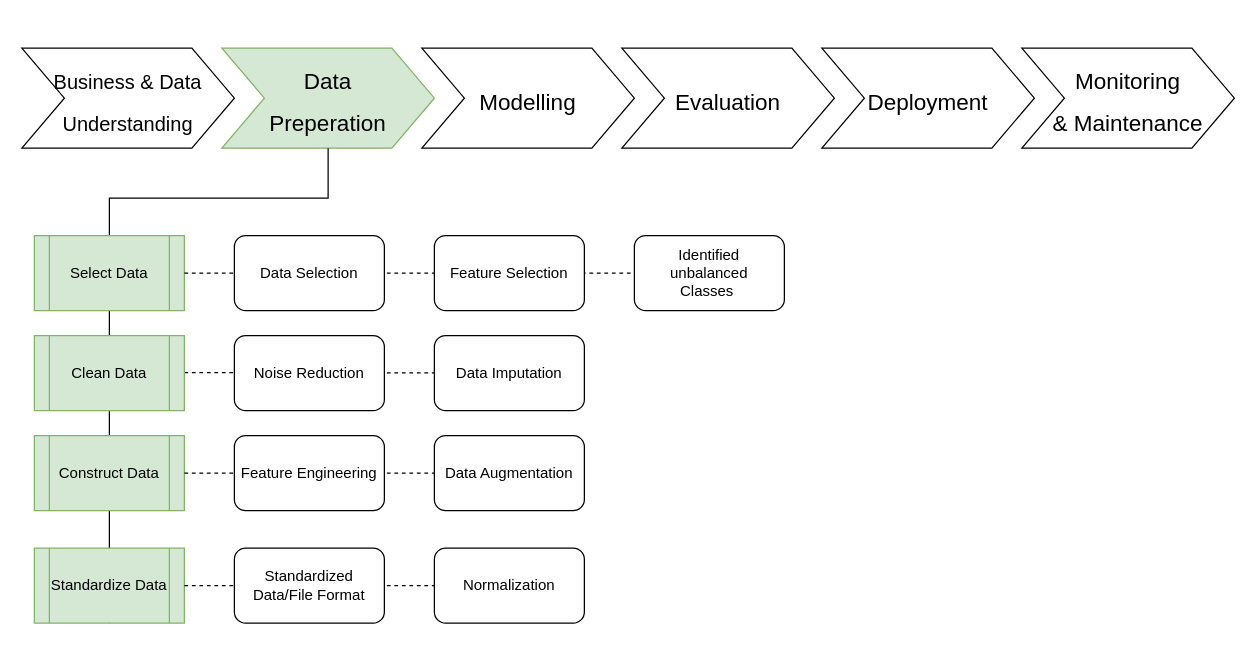
This is page "Phase 2 (Data Preperation)" (3 of 7) of drawings/CRISP_ML(Q)_Phases.drawio from dominik-pichler/CRISPy-Framework, a draw.io file, before an edit. Source tidied: cells renumbered, new cells numbered last; positions are measured from the earlier drawing's top-left corner, leaving out a move shared by most shapes. Both pictures are drawn from the tidied source at 125%, with x=0, y=0 at pixel (21, 48).
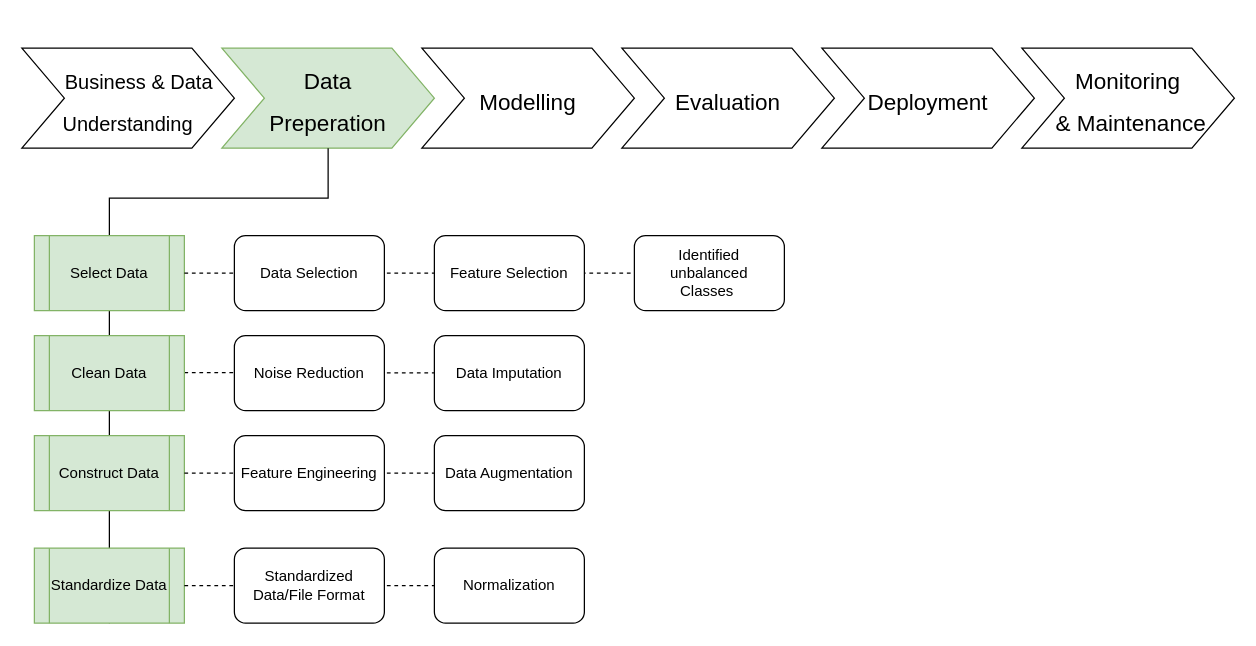
Above is the later version.

Diff of the diagram source:
```diff
@@
-    <mxCell id="3" value="&lt;p&gt;&lt;font style=&quot;font-size: 16px;&quot;&gt;Business &amp;amp; Data Understanding&lt;/font&gt;&lt;/p&gt;" style="shape=step;whiteSpace=wrap;html=1;fontSize=28;" parent="1" vertex="1">
+    <mxCell id="3" value="&lt;p&gt;&lt;font style=&quot;font-size: 16px;&quot;&gt;&amp;nbsp; &amp;nbsp; Business &amp;amp; Data Understanding&lt;/font&gt;&lt;/p&gt;" style="shape=step;whiteSpace=wrap;html=1;fontSize=28;" parent="1" vertex="1">
       <mxGeometry width="170" height="80" as="geometry" />
     </mxCell>
@@
-    <mxCell id="19" value="&lt;p&gt;&lt;span style=&quot;font-size: 18px; background-color: initial;&quot;&gt;Monitoring &lt;br&gt;&amp;amp; Maintenance&lt;/span&gt;&lt;/p&gt;" style="shape=step;whiteSpace=wrap;html=1;fontSize=28;" parent="1" vertex="1">
+    <mxCell id="19" value="&lt;p&gt;&lt;span style=&quot;font-size: 18px; background-color: initial;&quot;&gt;Monitoring &lt;br&gt;&amp;nbsp;&amp;amp; Maintenance&lt;/span&gt;&lt;/p&gt;" style="shape=step;whiteSpace=wrap;html=1;fontSize=28;" parent="1" vertex="1">
       <mxGeometry x="800" width="170" height="80" as="geometry" />
     </mxCell>
```
